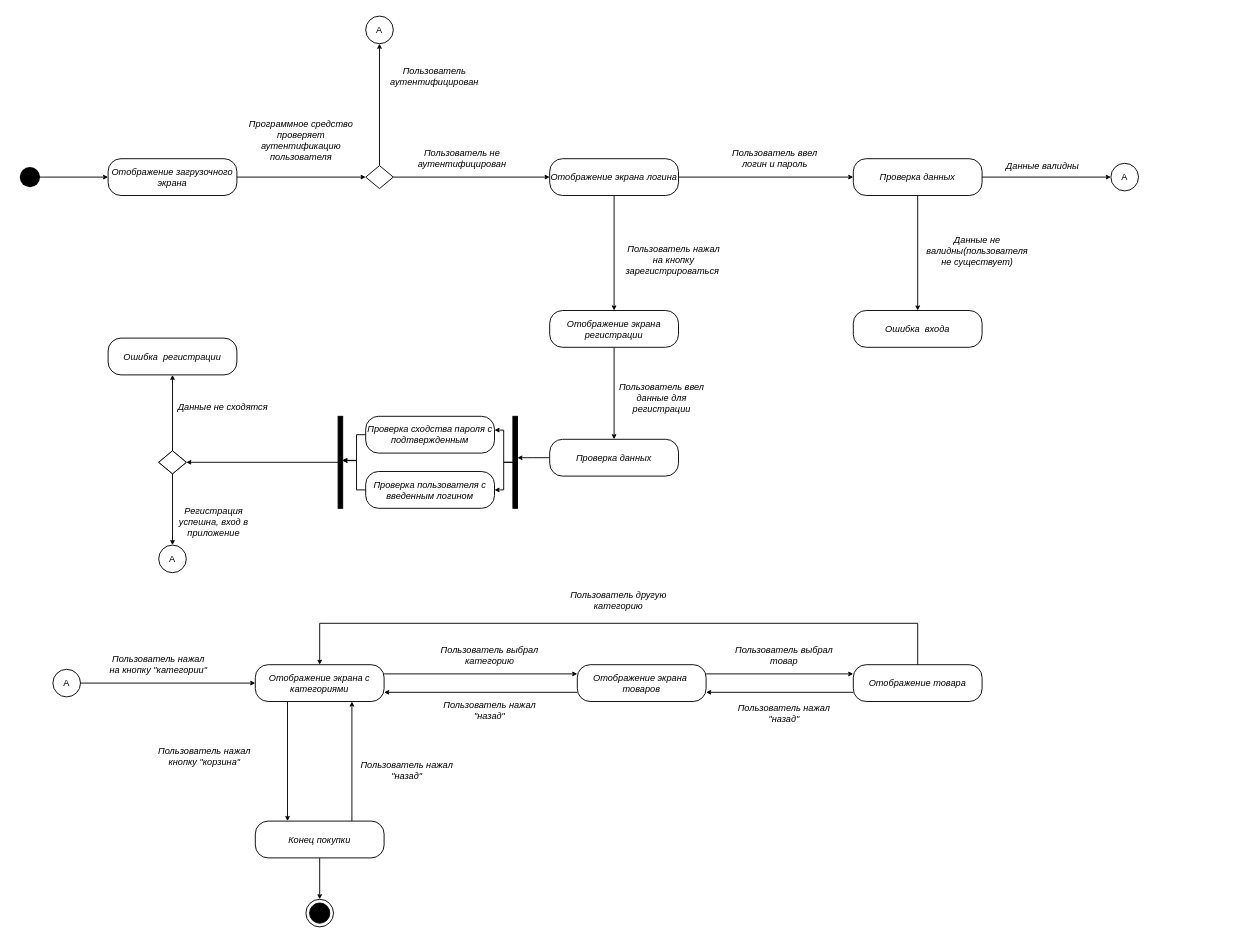
This is StateDiagram.drawio from Maquim4/repository_for_challenge, a draw.io file, before an edit. Source tidied: cells renumbered, new cells numbered last; positions are measured from the earlier drawing's top-left corner, leaving out a move shared by most shapes. Both pictures are drawn from the tidied source at 92%, with x=0, y=0 at pixel (16, 16).
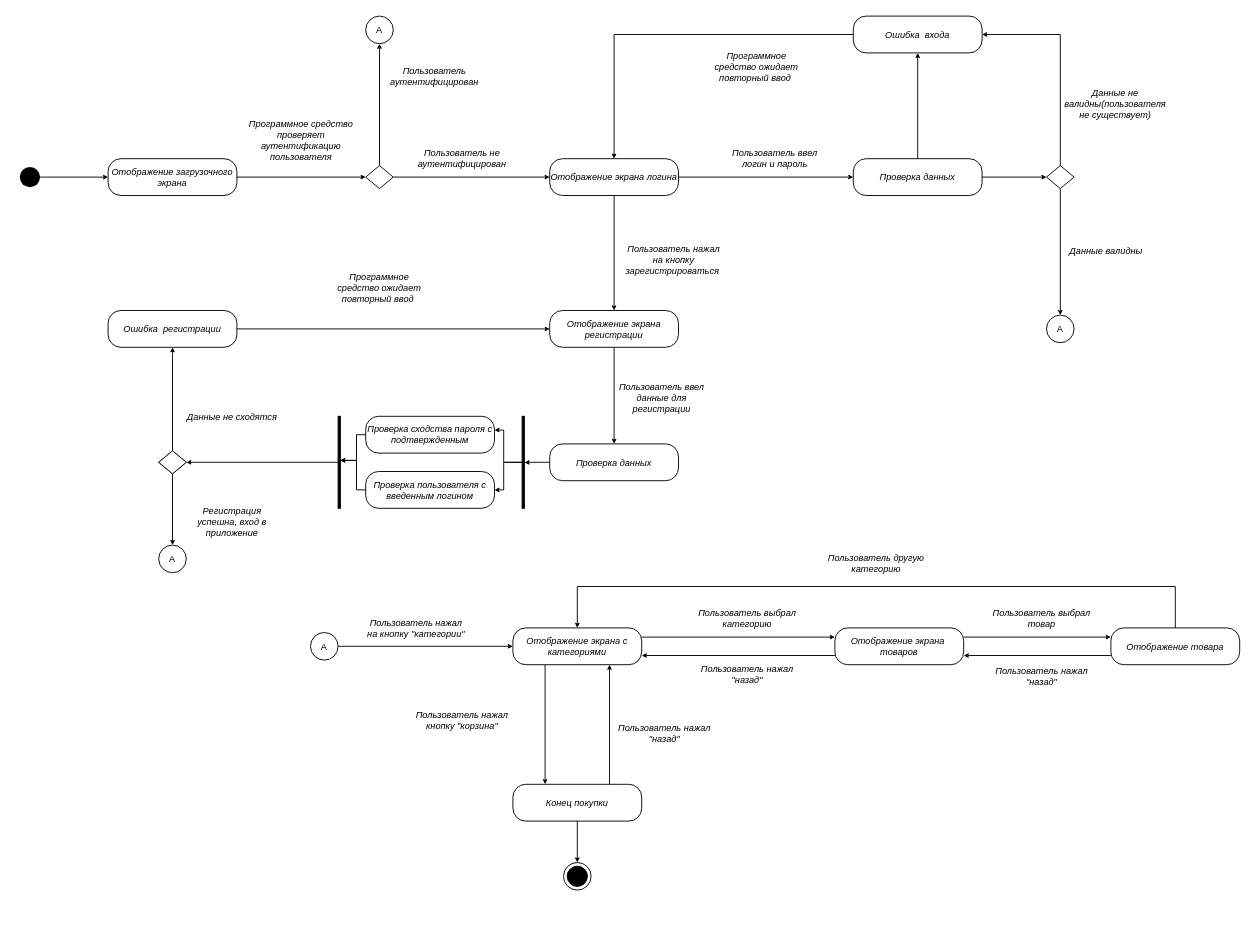
Above is the later version.

Unchanged cells that the change refers to:
```xml
<mxCell id="7" value="&lt;i&gt;Отображение экрана логина&lt;/i&gt;" style="rounded=1;whiteSpace=wrap;html=1;strokeColor=default;fontSize=10;arcSize=35;" parent="1" vertex="1">
  <mxGeometry x="580" y="155" width="140" height="40" as="geometry" />
</mxCell>
<mxCell id="10" value="&lt;i&gt;Проверка данных&lt;/i&gt;" style="rounded=1;whiteSpace=wrap;html=1;strokeColor=default;fontSize=10;arcSize=35;" parent="1" vertex="1">
  <mxGeometry x="910" y="155" width="140" height="40" as="geometry" />
</mxCell>
<mxCell id="21" value="&lt;i&gt;Отображение экрана регистрации&lt;/i&gt;" style="rounded=1;whiteSpace=wrap;html=1;strokeColor=default;fontSize=10;arcSize=35;" parent="1" vertex="1">
  <mxGeometry x="580" y="320" width="140" height="40" as="geometry" />
</mxCell>
<mxCell id="38" value="&lt;i&gt;Проверка сходства пароля с подтвержденным&lt;/i&gt;" style="rounded=1;whiteSpace=wrap;html=1;strokeColor=default;fontSize=10;arcSize=35;" parent="1" vertex="1">
  <mxGeometry x="380" y="435" width="140" height="40" as="geometry" />
</mxCell>
<mxCell id="43" value="&lt;i&gt;Проверка пользователя с введенным логином&lt;/i&gt;" style="rounded=1;whiteSpace=wrap;html=1;strokeColor=default;fontSize=10;arcSize=35;" parent="1" vertex="1">
  <mxGeometry x="380" y="495" width="140" height="40" as="geometry" />
</mxCell>
```

Change to the diagram source:
```diff
@@
-    <mxCell id="8" style="edgeStyle=orthogonalEdgeStyle;rounded=0;jettySize=auto;html=1;exitX=1;exitY=0.5;exitDx=0;exitDy=0;entryX=0;entryY=0.5;entryDx=0;entryDy=0;strokeWidth=1;fontSize=10;endSize=3;" parent="1" edge="1" source="10" target="24">
-      <mxGeometry relative="1" as="geometry" />
-    </mxCell>
-    <mxCell id="9" style="edgeStyle=orthogonalEdgeStyle;rounded=0;jettySize=auto;html=1;exitX=0.5;exitY=1;exitDx=0;exitDy=0;entryX=0.5;entryY=0;entryDx=0;entryDy=0;strokeWidth=1;fontSize=10;endSize=3;" parent="1" edge="1" source="10" target="26">
+    <mxCell id="9" style="edgeStyle=orthogonalEdgeStyle;rounded=0;jettySize=auto;html=1;exitX=0.5;exitY=0;exitDx=0;exitDy=0;entryX=0.5;entryY=1;entryDx=0;entryDy=0;startSize=6;endSize=3;" parent="1" edge="1" source="10" target="26">
       <mxGeometry relative="1" as="geometry" />
     </mxCell>
+    <mxCell id="71" style="edgeStyle=orthogonalEdgeStyle;rounded=0;jettySize=auto;html=1;exitX=1;exitY=0.5;exitDx=0;exitDy=0;entryX=0;entryY=0.5;entryDx=0;entryDy=0;startSize=6;endSize=3;" parent="1" edge="1" source="10" target="80">
+      <mxGeometry relative="1" as="geometry" />
+    </mxCell>
@@
     <mxCell id="24" value="А" style="ellipse;whiteSpace=wrap;html=1;strokeColor=#000000;fontSize=10;" parent="1" vertex="1">
-      <mxGeometry x="1190" y="160" width="30" height="30" as="geometry" />
+      <mxGeometry x="1120" y="325" width="30" height="30" as="geometry" />
     </mxCell>
     <mxCell id="25" value="&lt;i&gt;Данные валидны&lt;/i&gt;" style="text;html=1;strokeColor=none;fillColor=none;align=center;verticalAlign=middle;whiteSpace=wrap;rounded=0;fontSize=10;" parent="1" vertex="1">
-      <mxGeometry x="1061" y="137.5" width="110" height="50" as="geometry" />
+      <mxGeometry x="1130" y="230" width="110" height="50" as="geometry" />
     </mxCell>
+    <mxCell id="72" style="edgeStyle=orthogonalEdgeStyle;rounded=0;jettySize=auto;html=1;exitX=0;exitY=0.5;exitDx=0;exitDy=0;entryX=0.5;entryY=0;entryDx=0;entryDy=0;startSize=6;endSize=3;" parent="1" edge="1" source="26" target="7">
+      <mxGeometry relative="1" as="geometry" />
+    </mxCell>
     <mxCell id="26" value="&lt;i&gt;Ошибка&amp;nbsp; входа&lt;/i&gt;" style="rounded=1;whiteSpace=wrap;html=1;strokeColor=default;fontSize=10;arcSize=35;" parent="1" vertex="1">
-      <mxGeometry x="910" y="320" width="140" height="40" as="geometry" />
+      <mxGeometry x="910" width="140" height="40" as="geometry" />
     </mxCell>
     <mxCell id="27" value="&lt;i&gt;Данные не валидны(пользователя не существует)&lt;/i&gt;" style="text;html=1;strokeColor=none;fillColor=none;align=center;verticalAlign=middle;whiteSpace=wrap;rounded=0;fontSize=10;" parent="1" vertex="1">
-      <mxGeometry x="990" y="230" width="110" height="50" as="geometry" />
+      <mxGeometry x="1140" y="70" width="110" height="50" as="geometry" />
     </mxCell>
@@
-    <mxCell id="29" style="edgeStyle=orthogonalEdgeStyle;rounded=0;jettySize=auto;html=1;exitX=0;exitY=0.5;exitDx=0;exitDy=0;entryX=0.974;entryY=0.451;entryDx=0;entryDy=0;entryPerimeter=0;strokeWidth=1;fontSize=10;endSize=3;" parent="1" edge="1" source="30" target="41">
-      <mxGeometry relative="1" as="geometry">
-        <Array as="points">
-          <mxPoint x="561" y="480" />
-        </Array>
-      </mxGeometry>
-    </mxCell>
+    <mxCell id="73" style="edgeStyle=orthogonalEdgeStyle;rounded=0;jettySize=auto;html=1;entryX=1.029;entryY=0.502;entryDx=0;entryDy=0;entryPerimeter=0;startSize=6;endSize=3;" parent="1" edge="1" source="30" target="75">
+      <mxGeometry relative="1" as="geometry" />
+    </mxCell>
     <mxCell id="30" value="&lt;i&gt;Проверка данных&lt;/i&gt;" style="rounded=1;whiteSpace=wrap;html=1;strokeColor=default;fontSize=10;arcSize=35;" parent="1" vertex="1">
-      <mxGeometry x="580" y="460" width="140" height="40" as="geometry" />
+      <mxGeometry x="580" y="465" width="140" height="40" as="geometry" />
     </mxCell>
+    <mxCell id="74" style="edgeStyle=orthogonalEdgeStyle;rounded=0;jettySize=auto;html=1;exitX=1;exitY=0.5;exitDx=0;exitDy=0;entryX=0;entryY=0.5;entryDx=0;entryDy=0;startSize=6;endSize=3;" parent="1" edge="1" source="31" target="21">
+      <mxGeometry relative="1" as="geometry" />
+    </mxCell>
     <mxCell id="31" value="&lt;i&gt;Ошибка&amp;nbsp; регистрации&lt;/i&gt;" style="rounded=1;whiteSpace=wrap;html=1;strokeColor=default;fontSize=10;arcSize=35;" parent="1" vertex="1">
-      <mxGeometry x="100" y="350" width="140" height="40" as="geometry" />
+      <mxGeometry x="100" y="320" width="140" height="40" as="geometry" />
     </mxCell>
     <mxCell id="32" value="&lt;i&gt;Данные не сходятся&lt;/i&gt;" style="text;html=1;strokeColor=none;fillColor=none;align=center;verticalAlign=middle;whiteSpace=wrap;rounded=0;fontSize=10;" parent="1" vertex="1">
-      <mxGeometry x="170" y="400" width="110" height="50" as="geometry" />
+      <mxGeometry x="180" y="410" width="110" height="50" as="geometry" />
     </mxCell>
     <mxCell id="33" value="&lt;i&gt;Регистрация успешна, вход в приложение&lt;/i&gt;" style="text;html=1;strokeColor=none;fillColor=none;align=center;verticalAlign=middle;whiteSpace=wrap;rounded=0;fontSize=10;" parent="1" vertex="1">
-      <mxGeometry x="160" y="525" width="110" height="50" as="geometry" />
+      <mxGeometry x="180" y="525" width="110" height="50" as="geometry" />
     </mxCell>
@@
     <mxCell id="36" style="html=1;points=[];perimeter=orthogonalPerimeter;strokeColor=#000000;fontSize=10;fillColor=#000000;" parent="1" vertex="1">
-      <mxGeometry x="350" y="435" width="5" height="100" as="geometry" />
+      <mxGeometry x="350" y="435" width="2.5" height="100" as="geometry" />
     </mxCell>
@@
-    <mxCell id="39" style="edgeStyle=orthogonalEdgeStyle;rounded=0;jettySize=auto;html=1;entryX=1;entryY=0.375;entryDx=0;entryDy=0;entryPerimeter=0;strokeWidth=1;fontSize=10;endSize=3;" parent="1" edge="1" source="41" target="38">
+    <mxCell id="39" style="edgeStyle=orthogonalEdgeStyle;rounded=0;jettySize=auto;html=1;entryX=1;entryY=0.375;entryDx=0;entryDy=0;entryPerimeter=0;strokeWidth=1;fontSize=10;endSize=3;" parent="1" edge="1" target="38">
       <mxGeometry relative="1" as="geometry">
+        <mxPoint x="550" y="485" as="sourcePoint" />
         <Array as="points">
           <mxPoint x="530" y="485" />
           <mxPoint x="530" y="450" />
         </Array>
       </mxGeometry>
     </mxCell>
-    <mxCell id="40" style="edgeStyle=orthogonalEdgeStyle;rounded=0;jettySize=auto;html=1;entryX=1;entryY=0.5;entryDx=0;entryDy=0;strokeWidth=1;fontSize=10;endSize=3;" parent="1" edge="1" source="41" target="43">
+    <mxCell id="40" style="edgeStyle=orthogonalEdgeStyle;rounded=0;jettySize=auto;html=1;entryX=1;entryY=0.5;entryDx=0;entryDy=0;strokeWidth=1;fontSize=10;endSize=3;" parent="1" edge="1" target="43">
       <mxGeometry relative="1" as="geometry">
+        <mxPoint x="550" y="485" as="sourcePoint" />
         <Array as="points">
           <mxPoint x="530" y="485" />
           <mxPoint x="530" y="515" />
         </Array>
       </mxGeometry>
     </mxCell>
-    <mxCell id="41" style="html=1;points=[];perimeter=orthogonalPerimeter;strokeColor=#000000;fontSize=10;fillColor=#000000;" parent="1" vertex="1">
-      <mxGeometry x="540" y="435" width="5" height="100" as="geometry" />
-    </mxCell>
@@
     <mxCell id="49" value="А" style="ellipse;whiteSpace=wrap;html=1;strokeColor=#000000;fontSize=10;" parent="1" vertex="1">
-      <mxGeometry x="40" y="710" width="30" height="30" as="geometry" />
+      <mxGeometry x="320" y="670" width="30" height="30" as="geometry" />
     </mxCell>
@@
     <mxCell id="52" value="&lt;i&gt;Отображение экрана с категориями&lt;/i&gt;" style="rounded=1;whiteSpace=wrap;html=1;strokeColor=default;fontSize=10;arcSize=35;" parent="1" vertex="1">
-      <mxGeometry x="260" y="705" width="140" height="40" as="geometry" />
+      <mxGeometry x="540" y="665" width="140" height="40" as="geometry" />
     </mxCell>
     <mxCell id="53" value="&lt;i&gt;Пользователь нажал на кнопку &quot;категории&quot;&lt;/i&gt;" style="text;html=1;strokeColor=none;fillColor=none;align=center;verticalAlign=middle;whiteSpace=wrap;rounded=0;fontSize=10;" parent="1" vertex="1">
-      <mxGeometry x="100" y="680" width="110" height="50" as="geometry" />
+      <mxGeometry x="380" y="640" width="110" height="50" as="geometry" />
     </mxCell>
@@
     <mxCell id="56" value="&lt;i&gt;Отображение экрана&amp;nbsp; товаров&lt;/i&gt;" style="rounded=1;whiteSpace=wrap;html=1;strokeColor=default;fontSize=10;arcSize=35;" parent="1" vertex="1">
-      <mxGeometry x="610" y="705" width="140" height="40" as="geometry" />
+      <mxGeometry x="890" y="665" width="140" height="40" as="geometry" />
     </mxCell>
     <mxCell id="57" value="&lt;i&gt;Пользователь выбрал категорию&lt;/i&gt;" style="text;html=1;strokeColor=none;fillColor=none;align=center;verticalAlign=middle;whiteSpace=wrap;rounded=0;fontSize=10;" parent="1" vertex="1">
-      <mxGeometry x="460" y="670" width="110" height="50" as="geometry" />
+      <mxGeometry x="740" y="630" width="110" height="50" as="geometry" />
     </mxCell>
     <mxCell id="58" value="&lt;i&gt;Пользователь нажал &quot;назад&quot;&lt;/i&gt;" style="text;html=1;strokeColor=none;fillColor=none;align=center;verticalAlign=middle;whiteSpace=wrap;rounded=0;fontSize=10;" parent="1" vertex="1">
-      <mxGeometry x="460" y="730" width="110" height="50" as="geometry" />
+      <mxGeometry x="740" y="690" width="110" height="50" as="geometry" />
     </mxCell>
@@
     <mxCell id="61" value="&lt;i&gt;Конец покупки&lt;/i&gt;" style="rounded=1;whiteSpace=wrap;html=1;strokeColor=default;fontSize=10;arcSize=35;" parent="1" vertex="1">
-      <mxGeometry x="260" y="875" width="140" height="40" as="geometry" />
+      <mxGeometry x="540" y="835" width="140" height="40" as="geometry" />
     </mxCell>
     <mxCell id="62" value="&lt;i&gt;Пользователь нажал кнопку &quot;корзина&quot;&lt;/i&gt;" style="text;html=1;strokeColor=none;fillColor=none;align=center;verticalAlign=middle;whiteSpace=wrap;rounded=0;fontSize=10;" parent="1" vertex="1">
-      <mxGeometry x="150" y="780" width="110" height="50" as="geometry" />
+      <mxGeometry x="430" y="740" width="110" height="50" as="geometry" />
     </mxCell>
     <mxCell id="63" style="ellipse;html=1;shape=endState;fillColor=#000000;strokeColor=#000000;fontSize=10;" parent="1" vertex="1">
-      <mxGeometry x="315" y="960" width="30" height="30" as="geometry" />
+      <mxGeometry x="595" y="920" width="30" height="30" as="geometry" />
     </mxCell>
     <mxCell id="64" value="&lt;i&gt;Пользователь нажал &quot;назад&quot;&lt;/i&gt;" style="text;html=1;strokeColor=none;fillColor=none;align=center;verticalAlign=middle;whiteSpace=wrap;rounded=0;fontSize=10;" parent="1" vertex="1">
-      <mxGeometry x="370" y="795" width="110" height="50" as="geometry" />
+      <mxGeometry x="650" y="755" width="110" height="50" as="geometry" />
     </mxCell>
@@
     <mxCell id="66" style="edgeStyle=orthogonalEdgeStyle;rounded=0;jettySize=auto;html=1;exitX=0.5;exitY=0;exitDx=0;exitDy=0;entryX=0.5;entryY=0;entryDx=0;entryDy=0;strokeWidth=1;fontSize=10;endSize=3;" parent="1" edge="1" source="67" target="52">
       <mxGeometry relative="1" as="geometry">
         <Array as="points">
-          <mxPoint x="980" y="660" />
-          <mxPoint x="330" y="660" />
+          <mxPoint x="1260" y="620" />
+          <mxPoint x="610" y="620" />
         </Array>
       </mxGeometry>
     </mxCell>
     <mxCell id="67" value="&lt;i&gt;Отображение товара&lt;/i&gt;" style="rounded=1;whiteSpace=wrap;html=1;strokeColor=default;fontSize=10;arcSize=35;" parent="1" vertex="1">
-      <mxGeometry x="910" y="705" width="140" height="40" as="geometry" />
+      <mxGeometry x="1190" y="665" width="140" height="40" as="geometry" />
     </mxCell>
     <mxCell id="68" value="&lt;i&gt;Пользователь выбрал товар&lt;/i&gt;" style="text;html=1;strokeColor=none;fillColor=none;align=center;verticalAlign=middle;whiteSpace=wrap;rounded=0;fontSize=10;" parent="1" vertex="1">
-      <mxGeometry x="780" y="670" width="110" height="50" as="geometry" />
+      <mxGeometry x="1060" y="630" width="110" height="50" as="geometry" />
     </mxCell>
     <mxCell id="69" value="&lt;i&gt;Пользователь нажал &quot;назад&quot;&lt;/i&gt;" style="text;html=1;strokeColor=none;fillColor=none;align=center;verticalAlign=middle;whiteSpace=wrap;rounded=0;fontSize=10;" parent="1" vertex="1">
-      <mxGeometry x="780" y="732.5" width="110" height="50" as="geometry" />
+      <mxGeometry x="1060" y="692.5" width="110" height="50" as="geometry" />
     </mxCell>
     <mxCell id="70" value="&lt;i&gt;Пользователь другую категорию&lt;/i&gt;" style="text;html=1;strokeColor=none;fillColor=none;align=center;verticalAlign=middle;whiteSpace=wrap;rounded=0;fontSize=10;" parent="1" vertex="1">
-      <mxGeometry x="600" y="610" width="110" height="50" as="geometry" />
+      <mxGeometry x="880" y="570" width="110" height="50" as="geometry" />
     </mxCell>
+    <mxCell id="75" style="html=1;points=[];perimeter=orthogonalPerimeter;strokeColor=#000000;fontSize=10;fillColor=#000000;" parent="1" vertex="1">
+      <mxGeometry x="550" y="435" width="2.5" height="100" as="geometry" />
+    </mxCell>
+    <mxCell id="76" value="&lt;i&gt;Программное средство ожидает повторный ввод&amp;nbsp;&lt;/i&gt;" style="text;html=1;strokeColor=none;fillColor=none;align=center;verticalAlign=middle;whiteSpace=wrap;rounded=0;fontSize=10;" parent="1" vertex="1">
+      <mxGeometry x="340" y="270" width="110" height="50" as="geometry" />
+    </mxCell>
+    <mxCell id="77" value="&lt;i&gt;Программное средство ожидает повторный ввод&amp;nbsp;&lt;/i&gt;" style="text;html=1;strokeColor=none;fillColor=none;align=center;verticalAlign=middle;whiteSpace=wrap;rounded=0;fontSize=10;" parent="1" vertex="1">
+      <mxGeometry x="750" y="30" width="110" height="50" as="geometry" />
+    </mxCell>
+    <mxCell id="78" style="edgeStyle=orthogonalEdgeStyle;rounded=0;jettySize=auto;html=1;entryX=0.5;entryY=0;entryDx=0;entryDy=0;startSize=6;endSize=3;" parent="1" edge="1" source="80" target="24">
+      <mxGeometry relative="1" as="geometry" />
+    </mxCell>
+    <mxCell id="79" style="edgeStyle=orthogonalEdgeStyle;rounded=0;jettySize=auto;html=1;exitX=0.5;exitY=0;exitDx=0;exitDy=0;entryX=1;entryY=0.5;entryDx=0;entryDy=0;startSize=6;endSize=3;" parent="1" edge="1" source="80" target="26">
+      <mxGeometry relative="1" as="geometry" />
+    </mxCell>
+    <mxCell id="80" style="rhombus;whiteSpace=wrap;html=1;strokeColor=#000000;fontSize=10;" parent="1" vertex="1">
+      <mxGeometry x="1120" y="162.5" width="30" height="25" as="geometry" />
+    </mxCell>
```
